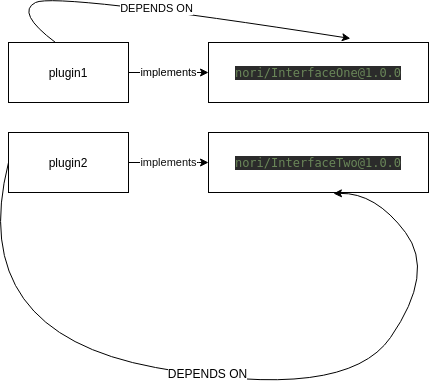
Earlier version of the draw.io export internal/dependency/schemes/TestDependencyGraph_Ring1.png (secure2work/nori). Source tidied: cells renumbered, new cells last; positions are measured from the earlier drawing's top-left corner, leaving out a move shared by most shapes. Its diagram source:
```xml
<mxGraphModel>
  <root>
    <mxCell id="0" />
    <mxCell id="1" parent="0" />
    <mxCell id="2" value="plugin1" style="rounded=0;whiteSpace=wrap;html=1;" parent="1" vertex="1">
      <mxGeometry x="43" y="50" width="120" height="60" as="geometry" />
    </mxCell>
    <mxCell id="3" value="plugin2" style="rounded=0;whiteSpace=wrap;html=1;" parent="1" vertex="1">
      <mxGeometry x="43" y="140" width="120" height="60" as="geometry" />
    </mxCell>
    <mxCell id="4" value="&lt;pre style=&quot;background-color: rgb(43 , 43 , 43) ; font-family: &amp;#34;dejavu sans mono&amp;#34; ; font-size: 9pt&quot;&gt;&lt;pre style=&quot;color: rgb(169 , 183 , 198) ; font-family: &amp;#34;dejavu sans mono&amp;#34; ; font-size: 9pt&quot;&gt;&lt;pre style=&quot;font-family: &amp;#34;dejavu sans mono&amp;#34; ; font-size: 9pt&quot;&gt;&lt;span style=&quot;color: #6a8759&quot;&gt;nori/InterfaceOne@1.0.0&lt;/span&gt;&lt;/pre&gt;&lt;/pre&gt;&lt;/pre&gt;" style="rounded=0;html=1;fontColor=#FFFFFF;whiteSpace=wrap;" parent="1" vertex="1">
      <mxGeometry x="243" y="50" width="220" height="60" as="geometry" />
    </mxCell>
    <mxCell id="5" value="implements" style="endArrow=classic;html=1;exitX=1;exitY=0.5;exitDx=0;exitDy=0;entryX=0;entryY=0.5;entryDx=0;entryDy=0;" parent="1" edge="1" source="2" target="4">
      <mxGeometry relative="1" as="geometry" />
    </mxCell>
    <mxCell id="6" value="Text" style="text;html=1;align=center;verticalAlign=middle;fontColor=#FFFFFF;" parent="1" vertex="1">
      <mxGeometry x="276" y="180" width="40" height="20" as="geometry" />
    </mxCell>
    <mxCell id="7" value="&lt;pre style=&quot;background-color: rgb(43 , 43 , 43) ; font-family: &amp;#34;dejavu sans mono&amp;#34; ; font-size: 9pt&quot;&gt;&lt;pre style=&quot;color: rgb(169 , 183 , 198) ; font-family: &amp;#34;dejavu sans mono&amp;#34; ; font-size: 9pt&quot;&gt;&lt;pre style=&quot;font-family: &amp;#34;dejavu sans mono&amp;#34; ; font-size: 9pt&quot;&gt;&lt;span style=&quot;color: #6a8759&quot;&gt;nori/InterfaceTwo@1.0.0&lt;/span&gt;&lt;/pre&gt;&lt;/pre&gt;&lt;/pre&gt;" style="rounded=0;html=1;fontColor=#FFFFFF;whiteSpace=wrap;" parent="1" vertex="1">
      <mxGeometry x="243" y="140" width="220" height="60" as="geometry" />
    </mxCell>
    <mxCell id="8" value="implements" style="endArrow=classic;html=1;fontColor=#0F0F0F;exitX=1;exitY=0.5;exitDx=0;exitDy=0;entryX=0;entryY=0.5;entryDx=0;entryDy=0;" parent="1" edge="1" source="3" target="7">
      <mxGeometry relative="1" as="geometry">
        <Array as="points">
          <mxPoint x="243" y="170" />
        </Array>
      </mxGeometry>
    </mxCell>
    <mxCell id="9" style="curved=1;endArrow=classic;html=1;fontColor=#000000;exitX=0;exitY=0.5;exitDx=0;exitDy=0;entryX=0.568;entryY=1.017;entryDx=0;entryDy=0;entryPerimeter=0;" parent="1" edge="1" source="3" target="7">
      <mxGeometry relative="1" as="geometry">
        <Array as="points">
          <mxPoint y="340" />
          <mxPoint x="380" y="410" />
          <mxPoint x="470" y="280" />
          <mxPoint x="410" y="200" />
        </Array>
      </mxGeometry>
    </mxCell>
    <mxCell id="10" value="DEPENDS ON" style="text;html=1;align=center;verticalAlign=middle;labelBackgroundColor=#ffffff;fontColor=#000000;" parent="9" vertex="1">
      <mxGeometry x="-0.03" y="4" relative="1" as="geometry" />
    </mxCell>
    <mxCell id="11" value="DEPENDS ON" style="curved=1;endArrow=classic;html=1;entryX=0.645;entryY=-0.067;entryDx=0;entryDy=0;entryPerimeter=0;" parent="1" edge="1" target="4">
      <mxGeometry relative="1" as="geometry">
        <mxPoint x="90" y="50" as="sourcePoint" />
        <Array as="points">
          <mxPoint x="50" y="20" />
          <mxPoint x="90" />
        </Array>
      </mxGeometry>
    </mxCell>
  </root>
</mxGraphModel>
```
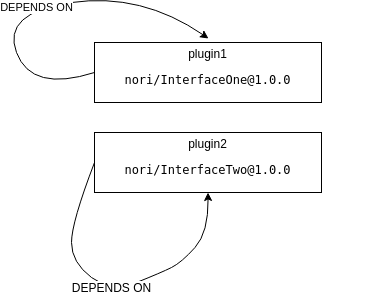
After the commit.

Diff of the diagram source:
```diff
@@ -2,49 +2,36 @@
   <root>
     <mxCell id="0" />
     <mxCell id="1" parent="0" />
-    <mxCell id="2" value="plugin1" style="rounded=0;whiteSpace=wrap;html=1;" parent="1" vertex="1">
-      <mxGeometry x="43" y="50" width="120" height="60" as="geometry" />
+    <mxCell id="2" value="plugin1&lt;br&gt;&lt;pre style=&quot;font-size: 9pt; font-family: &amp;quot;dejavu sans mono&amp;quot;;&quot;&gt;&lt;span style=&quot;&quot;&gt;nori/InterfaceOne@1.0.0&lt;/span&gt;&lt;/pre&gt;" style="rounded=0;whiteSpace=wrap;html=1;labelBackgroundColor=#ffffff;fontColor=#000000;" parent="1" vertex="1">
+      <mxGeometry x="43" y="50" width="227" height="60" as="geometry" />
     </mxCell>
-    <mxCell id="3" value="plugin2" style="rounded=0;whiteSpace=wrap;html=1;" parent="1" vertex="1">
-      <mxGeometry x="43" y="140" width="120" height="60" as="geometry" />
+    <mxCell id="3" value="plugin2&lt;br&gt;&lt;pre style=&quot;font-size: 9pt; font-family: &amp;quot;dejavu sans mono&amp;quot;;&quot;&gt;&lt;span style=&quot;&quot;&gt;nori/InterfaceTwo@1.0.0&lt;/span&gt;&lt;/pre&gt;" style="rounded=0;whiteSpace=wrap;html=1;labelBackgroundColor=#ffffff;fontColor=#000000;" parent="1" vertex="1">
+      <mxGeometry x="43" y="140" width="227" height="60" as="geometry" />
     </mxCell>
-    <mxCell id="4" value="&lt;pre style=&quot;background-color: rgb(43 , 43 , 43) ; font-family: &amp;#34;dejavu sans mono&amp;#34; ; font-size: 9pt&quot;&gt;&lt;pre style=&quot;color: rgb(169 , 183 , 198) ; font-family: &amp;#34;dejavu sans mono&amp;#34; ; font-size: 9pt&quot;&gt;&lt;pre style=&quot;font-family: &amp;#34;dejavu sans mono&amp;#34; ; font-size: 9pt&quot;&gt;&lt;span style=&quot;color: #6a8759&quot;&gt;nori/InterfaceOne@1.0.0&lt;/span&gt;&lt;/pre&gt;&lt;/pre&gt;&lt;/pre&gt;" style="rounded=0;html=1;fontColor=#FFFFFF;whiteSpace=wrap;" parent="1" vertex="1">
-      <mxGeometry x="243" y="50" width="220" height="60" as="geometry" />
-    </mxCell>
-    <mxCell id="5" value="implements" style="endArrow=classic;html=1;exitX=1;exitY=0.5;exitDx=0;exitDy=0;entryX=0;entryY=0.5;entryDx=0;entryDy=0;" parent="1" edge="1" source="2" target="4">
-      <mxGeometry relative="1" as="geometry" />
-    </mxCell>
     <mxCell id="6" value="Text" style="text;html=1;align=center;verticalAlign=middle;fontColor=#FFFFFF;" parent="1" vertex="1">
       <mxGeometry x="276" y="180" width="40" height="20" as="geometry" />
     </mxCell>
-    <mxCell id="7" value="&lt;pre style=&quot;background-color: rgb(43 , 43 , 43) ; font-family: &amp;#34;dejavu sans mono&amp;#34; ; font-size: 9pt&quot;&gt;&lt;pre style=&quot;color: rgb(169 , 183 , 198) ; font-family: &amp;#34;dejavu sans mono&amp;#34; ; font-size: 9pt&quot;&gt;&lt;pre style=&quot;font-family: &amp;#34;dejavu sans mono&amp;#34; ; font-size: 9pt&quot;&gt;&lt;span style=&quot;color: #6a8759&quot;&gt;nori/InterfaceTwo@1.0.0&lt;/span&gt;&lt;/pre&gt;&lt;/pre&gt;&lt;/pre&gt;" style="rounded=0;html=1;fontColor=#FFFFFF;whiteSpace=wrap;" parent="1" vertex="1">
-      <mxGeometry x="243" y="140" width="220" height="60" as="geometry" />
-    </mxCell>
-    <mxCell id="8" value="implements" style="endArrow=classic;html=1;fontColor=#0F0F0F;exitX=1;exitY=0.5;exitDx=0;exitDy=0;entryX=0;entryY=0.5;entryDx=0;entryDy=0;" parent="1" edge="1" source="3" target="7">
-      <mxGeometry relative="1" as="geometry">
-        <Array as="points">
-          <mxPoint x="243" y="170" />
-        </Array>
-      </mxGeometry>
-    </mxCell>
-    <mxCell id="9" style="curved=1;endArrow=classic;html=1;fontColor=#000000;exitX=0;exitY=0.5;exitDx=0;exitDy=0;entryX=0.568;entryY=1.017;entryDx=0;entryDy=0;entryPerimeter=0;" parent="1" edge="1" source="3" target="7">
+    <mxCell id="9" style="curved=1;endArrow=classic;html=1;fontColor=#000000;exitX=0;exitY=0.5;exitDx=0;exitDy=0;entryX=0.5;entryY=1;entryDx=0;entryDy=0;" parent="1" edge="1" source="3" target="3">
       <mxGeometry relative="1" as="geometry">
         <Array as="points">
-          <mxPoint y="340" />
-          <mxPoint x="380" y="410" />
-          <mxPoint x="470" y="280" />
-          <mxPoint x="410" y="200" />
+          <mxPoint x="20" y="230" />
+          <mxPoint x="20" y="270" />
+          <mxPoint x="60" y="300" />
+          <mxPoint x="110" y="280" />
+          <mxPoint x="130" y="270" />
+          <mxPoint x="157" y="240" />
         </Array>
       </mxGeometry>
     </mxCell>
     <mxCell id="10" value="DEPENDS ON" style="text;html=1;align=center;verticalAlign=middle;labelBackgroundColor=#ffffff;fontColor=#000000;" parent="9" vertex="1">
       <mxGeometry x="-0.03" y="4" relative="1" as="geometry" />
     </mxCell>
-    <mxCell id="11" value="DEPENDS ON" style="curved=1;endArrow=classic;html=1;entryX=0.645;entryY=-0.067;entryDx=0;entryDy=0;entryPerimeter=0;" parent="1" edge="1" target="4">
+    <mxCell id="11" value="DEPENDS ON" style="curved=1;endArrow=classic;html=1;exitX=0;exitY=0.5;exitDx=0;exitDy=0;" parent="1" edge="1" source="2">
       <mxGeometry relative="1" as="geometry">
-        <mxPoint x="90" y="50" as="sourcePoint" />
+        <mxPoint x="157" y="46" as="targetPoint" />
         <Array as="points">
-          <mxPoint x="50" y="20" />
+          <mxPoint x="-20" y="100" />
+          <mxPoint x="-50" y="20" />
           <mxPoint x="90" />
         </Array>
       </mxGeometry>
```
